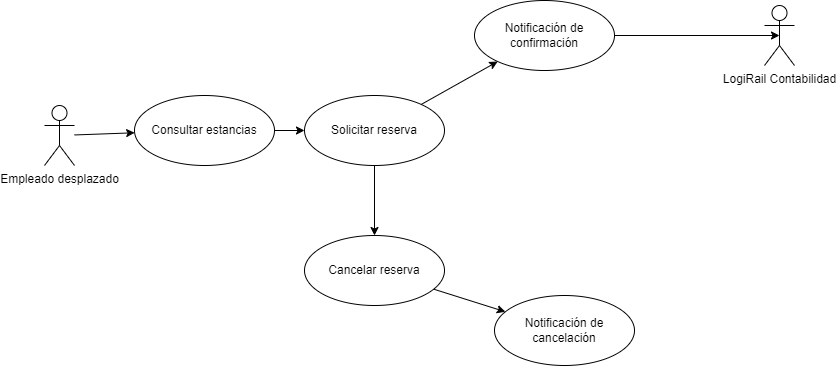
Before: Diagramas/EmpleadoDesplazado.png, a diagram exported from draw.io (Yugurto7/Logirail-Project). Source tidied: cells renumbered, new cells last; positions are measured from the earlier drawing's top-left corner, leaving out a move shared by most shapes.
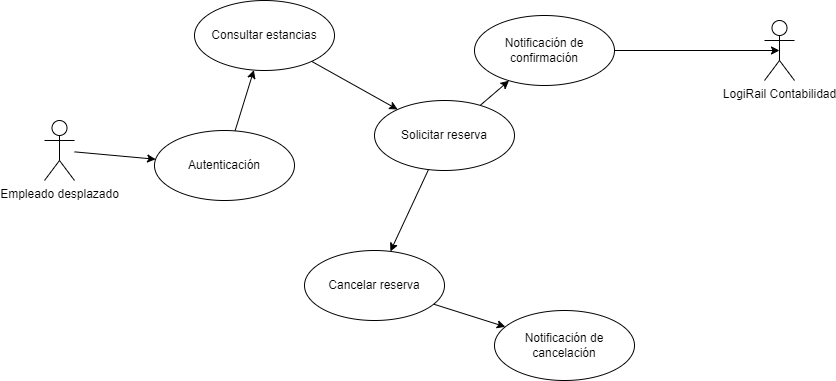
The same file after the commit.

Commit message:
Diagramas actualizados

What changed in the source:
```diff
@@ -2,14 +2,14 @@
   <root>
     <mxCell id="0" />
     <mxCell id="1" parent="0" />
-    <mxCell id="2" style="edgeStyle=none;html=1;" parent="1" edge="1" source="3" target="4">
+    <mxCell id="2" style="edgeStyle=none;html=1;" parent="1" edge="1" source="3" target="15">
       <mxGeometry relative="1" as="geometry" />
     </mxCell>
     <mxCell id="3" value="Empleado desplazado" style="shape=umlActor;verticalLabelPosition=bottom;verticalAlign=top;html=1;" parent="1" vertex="1">
       <mxGeometry y="105" width="30" height="60" as="geometry" />
     </mxCell>
     <mxCell id="4" value="Consultar estancias" style="ellipse;whiteSpace=wrap;html=1;" parent="1" vertex="1">
-      <mxGeometry x="90" y="95" width="140" height="70" as="geometry" />
+      <mxGeometry x="150" y="-15" width="140" height="70" as="geometry" />
     </mxCell>
     <mxCell id="5" style="edgeStyle=none;html=1;" parent="1" edge="1" source="7" target="11">
       <mxGeometry relative="1" as="geometry" />
@@ -18,7 +18,7 @@
       <mxGeometry relative="1" as="geometry" />
     </mxCell>
     <mxCell id="7" value="Solicitar reserva" style="ellipse;whiteSpace=wrap;html=1;" parent="1" vertex="1">
-      <mxGeometry x="260" y="95" width="140" height="70" as="geometry" />
+      <mxGeometry x="330" y="85" width="140" height="70" as="geometry" />
     </mxCell>
     <mxCell id="8" style="edgeStyle=none;html=1;" parent="1" edge="1" source="4" target="7">
       <mxGeometry relative="1" as="geometry" />
@@ -41,5 +41,11 @@
     <mxCell id="14" value="Notificación de cancelación" style="ellipse;whiteSpace=wrap;html=1;" parent="1" vertex="1">
       <mxGeometry x="450" y="295" width="140" height="70" as="geometry" />
     </mxCell>
+    <mxCell id="15" value="Autenticación" style="ellipse;whiteSpace=wrap;html=1;" parent="1" vertex="1">
+      <mxGeometry x="110" y="115" width="140" height="70" as="geometry" />
+    </mxCell>
+    <mxCell id="16" style="edgeStyle=none;html=1;" parent="1" edge="1" source="15" target="4">
+      <mxGeometry relative="1" as="geometry" />
+    </mxCell>
   </root>
 </mxGraphModel>
```
